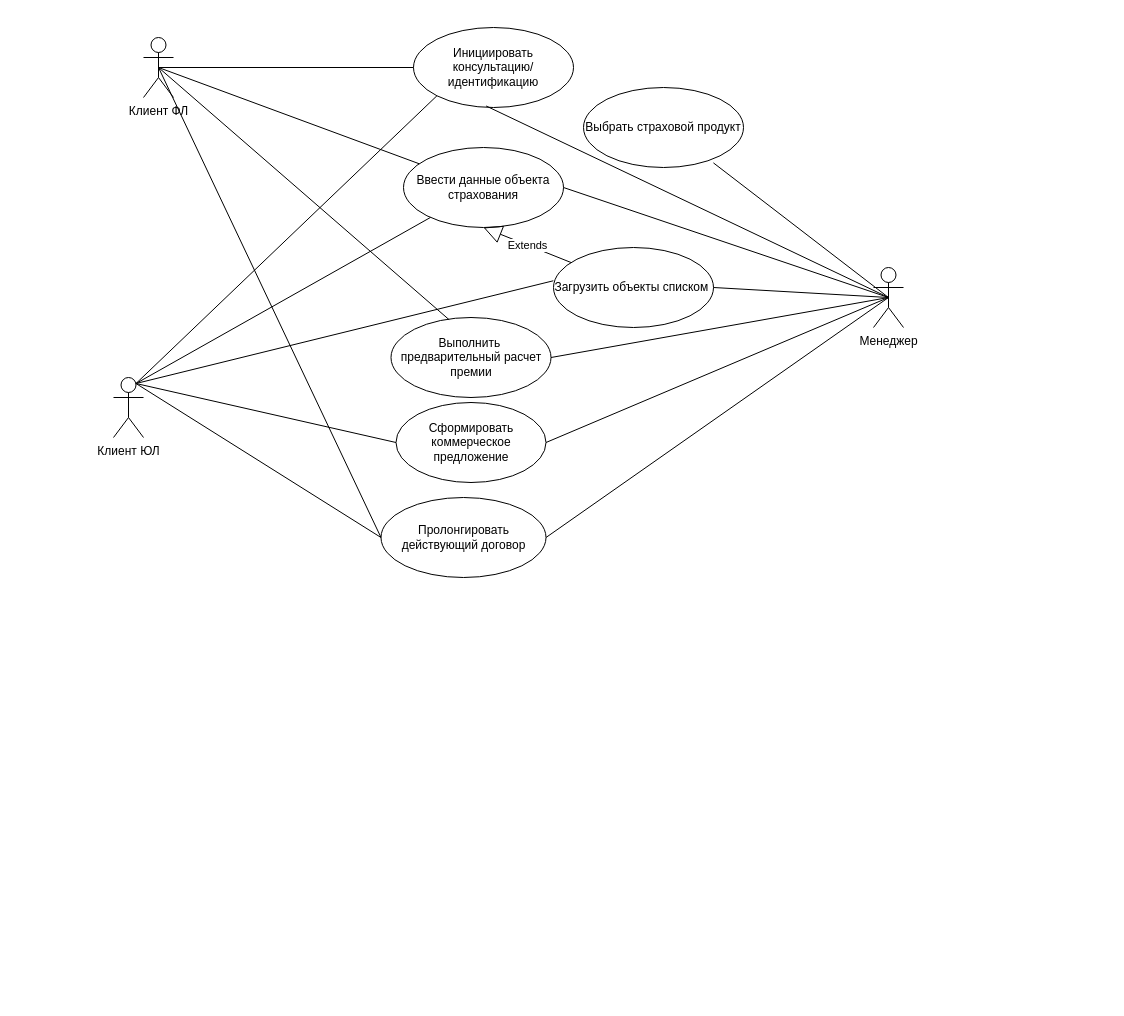
pricoldessssssss/analyst keeps this draw.io diagram as page "Страница-1" (1 of 2) of Аналитик.drawio. Above is the earlier version. Source tidied: cells renumbered, new cells numbered last; positions are measured from the earlier drawing's top-left corner, leaving out a move shared by most shapes. Both pictures are drawn from the tidied source at 100%, with x=0, y=0 at pixel (113, 27).
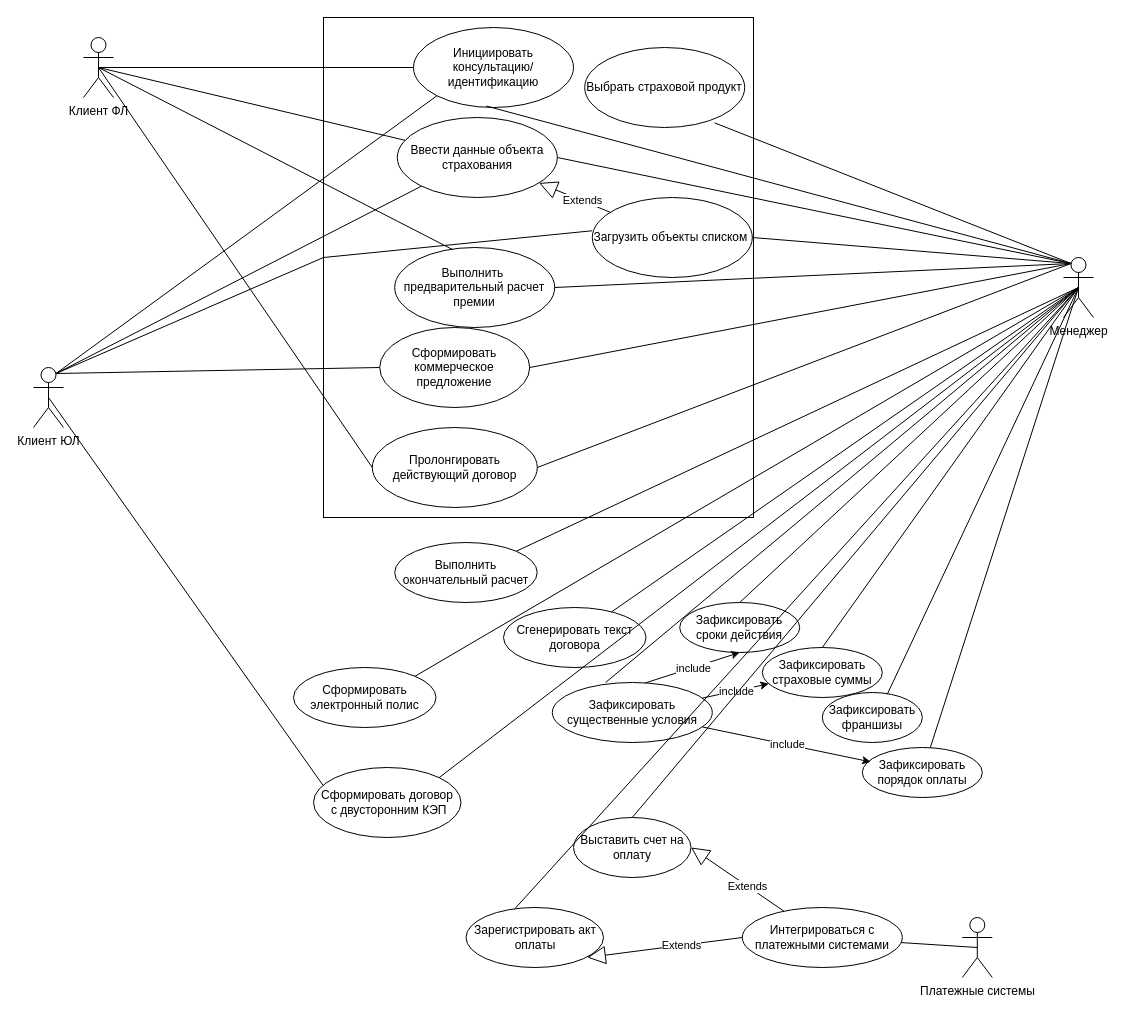
The same page after the edit.

Unchanged cells that the change refers to:
```xml
<mxCell id="4" value="Инициировать консультацию/идентификацию" style="ellipse;whiteSpace=wrap;html=1;" parent="1" vertex="1">
  <mxGeometry x="300" width="160" height="80" as="geometry" />
</mxCell>
```

The edit, as a diff of the source:
```diff
@@
+    <mxCell id="29" style="rounded=0;whiteSpace=wrap;html=1;" parent="1" vertex="1">
+      <mxGeometry x="210" y="-10" width="430" height="500" as="geometry" />
+    </mxCell>
     <mxCell id="2" value="Клиент ФЛ" style="shape=umlActor;verticalLabelPosition=bottom;verticalAlign=top;html=1;outlineConnect=0;" parent="1" vertex="1">
-      <mxGeometry x="30" y="10" width="30" height="60" as="geometry" />
+      <mxGeometry x="-30" y="10" width="30" height="60" as="geometry" />
     </mxCell>
     <mxCell id="3" value="Клиент ЮЛ" style="shape=umlActor;verticalLabelPosition=bottom;verticalAlign=top;html=1;outlineConnect=0;" parent="1" vertex="1">
-      <mxGeometry y="350" width="30" height="60" as="geometry" />
+      <mxGeometry x="-80" y="340" width="30" height="60" as="geometry" />
     </mxCell>
@@
     <mxCell id="5" value="Выбрать страховой продукт" style="ellipse;whiteSpace=wrap;html=1;" parent="1" vertex="1">
-      <mxGeometry x="470" y="60" width="160" height="80" as="geometry" />
+      <mxGeometry x="471.2" y="20" width="160" height="80" as="geometry" />
     </mxCell>
     <mxCell id="6" value="Ввести данные объекта страхования" style="ellipse;whiteSpace=wrap;html=1;" parent="1" vertex="1">
-      <mxGeometry x="290" y="120" width="160" height="80" as="geometry" />
+      <mxGeometry x="283.8" y="90" width="160" height="80" as="geometry" />
     </mxCell>
     <mxCell id="7" value="Загрузить объекты списком&amp;nbsp;" style="ellipse;whiteSpace=wrap;html=1;" parent="1" vertex="1">
-      <mxGeometry x="440" y="220" width="160" height="80" as="geometry" />
+      <mxGeometry x="478.8" y="170" width="160" height="80" as="geometry" />
     </mxCell>
     <mxCell id="8" value="Выполнить&amp;nbsp; предварительный расчет премии" style="ellipse;whiteSpace=wrap;html=1;" parent="1" vertex="1">
-      <mxGeometry x="277.5" y="290" width="160" height="80" as="geometry" />
+      <mxGeometry x="281.2" y="220" width="160" height="80" as="geometry" />
     </mxCell>
     <mxCell id="9" value="Сформировать коммерческое предложение" style="ellipse;whiteSpace=wrap;html=1;" parent="1" vertex="1">
-      <mxGeometry x="282.5" y="375" width="150" height="80" as="geometry" />
+      <mxGeometry x="266.2" y="300" width="150" height="80" as="geometry" />
     </mxCell>
     <mxCell id="10" value="Пролонгировать действующий договор" style="ellipse;whiteSpace=wrap;html=1;" parent="1" vertex="1">
-      <mxGeometry x="267.5" y="470" width="165" height="80" as="geometry" />
+      <mxGeometry x="258.8" y="400" width="165" height="80" as="geometry" />
     </mxCell>
     <mxCell id="11" value="Менеджер" style="shape=umlActor;verticalLabelPosition=bottom;verticalAlign=top;html=1;outlineConnect=0;" parent="1" vertex="1">
-      <mxGeometry x="760" y="240" width="30" height="60" as="geometry" />
+      <mxGeometry x="950" y="230" width="30" height="60" as="geometry" />
     </mxCell>
-    <mxCell id="12" style="endArrow=none;html=1;rounded=0;" parent="1" edge="1" target="4">
-      <mxGeometry relative="1" as="geometry">
-        <mxPoint x="45" y="40" as="sourcePoint" />
-      </mxGeometry>
+    <mxCell id="12" style="endArrow=none;html=1;rounded=0;exitX=0.5;exitY=0.5;exitDx=0;exitDy=0;exitPerimeter=0;" parent="1" edge="1" source="2" target="4">
+      <mxGeometry relative="1" as="geometry" />
     </mxCell>
@@
     <mxCell id="18" style="endArrow=none;html=1;rounded=0;exitX=0.75;exitY=0.1;exitDx=0;exitDy=0;exitPerimeter=0;entryX=-0.001;entryY=0.416;entryDx=0;entryDy=0;entryPerimeter=0;" parent="1" edge="1" source="3" target="7">
-      <mxGeometry relative="1" as="geometry" />
+      <mxGeometry relative="1" as="geometry">
+        <Array as="points">
+          <mxPoint x="210" y="230" />
+        </Array>
+      </mxGeometry>
     </mxCell>
@@
-    <mxCell id="20" style="endArrow=none;html=1;rounded=0;exitX=0.75;exitY=0.1;exitDx=0;exitDy=0;exitPerimeter=0;entryX=0;entryY=0.5;entryDx=0;entryDy=0;" parent="1" edge="1" source="3" target="10">
-      <mxGeometry relative="1" as="geometry" />
-    </mxCell>
-    <mxCell id="21" style="endArrow=none;html=1;rounded=0;exitX=0.812;exitY=0.942;exitDx=0;exitDy=0;exitPerimeter=0;entryX=0.5;entryY=0.5;entryDx=0;entryDy=0;entryPerimeter=0;" parent="1" edge="1" source="5" target="11">
+    <mxCell id="21" style="endArrow=none;html=1;rounded=0;exitX=0.812;exitY=0.942;exitDx=0;exitDy=0;exitPerimeter=0;entryX=0.25;entryY=0.1;entryDx=0;entryDy=0;entryPerimeter=0;" parent="1" edge="1" source="5" target="11">
       <mxGeometry relative="1" as="geometry" />
     </mxCell>
-    <mxCell id="22" style="endArrow=none;html=1;rounded=0;exitX=0.454;exitY=0.981;exitDx=0;exitDy=0;exitPerimeter=0;entryX=0.5;entryY=0.5;entryDx=0;entryDy=0;entryPerimeter=0;" parent="1" edge="1" source="4" target="11">
+    <mxCell id="22" style="endArrow=none;html=1;rounded=0;exitX=0.454;exitY=0.981;exitDx=0;exitDy=0;exitPerimeter=0;entryX=0.25;entryY=0.1;entryDx=0;entryDy=0;entryPerimeter=0;" parent="1" edge="1" source="4" target="11">
       <mxGeometry relative="1" as="geometry" />
     </mxCell>
-    <mxCell id="23" style="endArrow=none;html=1;rounded=0;exitX=1;exitY=0.5;exitDx=0;exitDy=0;entryX=0.5;entryY=0.5;entryDx=0;entryDy=0;entryPerimeter=0;" parent="1" edge="1" source="6" target="11">
+    <mxCell id="23" style="endArrow=none;html=1;rounded=0;exitX=1;exitY=0.5;exitDx=0;exitDy=0;entryX=0.25;entryY=0.1;entryDx=0;entryDy=0;entryPerimeter=0;" parent="1" edge="1" source="6" target="11">
       <mxGeometry relative="1" as="geometry" />
     </mxCell>
-    <mxCell id="24" style="endArrow=none;html=1;rounded=0;exitX=1;exitY=0.5;exitDx=0;exitDy=0;entryX=0.5;entryY=0.5;entryDx=0;entryDy=0;entryPerimeter=0;" parent="1" edge="1" source="7" target="11">
+    <mxCell id="24" style="endArrow=none;html=1;rounded=0;exitX=1;exitY=0.5;exitDx=0;exitDy=0;entryX=0.25;entryY=0.1;entryDx=0;entryDy=0;entryPerimeter=0;" parent="1" edge="1" source="7" target="11">
       <mxGeometry relative="1" as="geometry" />
     </mxCell>
-    <mxCell id="25" style="endArrow=none;html=1;rounded=0;exitX=1;exitY=0.5;exitDx=0;exitDy=0;entryX=0.5;entryY=0.5;entryDx=0;entryDy=0;entryPerimeter=0;" parent="1" edge="1" source="8" target="11">
+    <mxCell id="25" style="endArrow=none;html=1;rounded=0;exitX=1;exitY=0.5;exitDx=0;exitDy=0;entryX=0.25;entryY=0.1;entryDx=0;entryDy=0;entryPerimeter=0;" parent="1" edge="1" source="8" target="11">
       <mxGeometry relative="1" as="geometry" />
     </mxCell>
-    <mxCell id="26" style="endArrow=none;html=1;rounded=0;exitX=1;exitY=0.5;exitDx=0;exitDy=0;" parent="1" edge="1" source="9">
-      <mxGeometry relative="1" as="geometry">
-        <mxPoint x="775" y="270" as="targetPoint" />
-      </mxGeometry>
+    <mxCell id="26" style="endArrow=none;html=1;rounded=0;exitX=1;exitY=0.5;exitDx=0;exitDy=0;entryX=0.25;entryY=0.1;entryDx=0;entryDy=0;entryPerimeter=0;" parent="1" edge="1" source="9" target="11">
+      <mxGeometry relative="1" as="geometry" />
     </mxCell>
-    <mxCell id="27" style="endArrow=none;html=1;rounded=0;exitX=1;exitY=0.5;exitDx=0;exitDy=0;entryX=0.5;entryY=0.5;entryDx=0;entryDy=0;entryPerimeter=0;" parent="1" edge="1" source="10" target="11">
+    <mxCell id="27" style="endArrow=none;html=1;rounded=0;exitX=1;exitY=0.5;exitDx=0;exitDy=0;entryX=0.25;entryY=0.1;entryDx=0;entryDy=0;entryPerimeter=0;" parent="1" edge="1" source="10" target="11">
       <mxGeometry relative="1" as="geometry" />
     </mxCell>
-    <mxCell id="28" value="Extends" style="endArrow=block;endSize=16;endFill=0;html=1;rounded=0;entryX=0.5;entryY=1;entryDx=0;entryDy=0;" parent="1" edge="1" source="7" target="6">
-      <mxGeometry relative="1" as="geometry" />
+    <mxCell id="28" value="Extends" style="endArrow=block;endSize=16;endFill=0;html=1;rounded=0;" parent="1" edge="1" source="7" target="6">
+      <mxGeometry x="-0.22" relative="1" as="geometry" />
     </mxCell>
+    <mxCell id="30" value="Выполнить окончательный расчет" style="ellipse;whiteSpace=wrap;html=1;" parent="1" vertex="1">
+      <mxGeometry x="281.2" y="515" width="142.5" height="60" as="geometry" />
+    </mxCell>
+    <mxCell id="31" value="Сгенерировать текст договора" style="ellipse;whiteSpace=wrap;html=1;" parent="1" vertex="1">
+      <mxGeometry x="390" y="580" width="142.5" height="60" as="geometry" />
+    </mxCell>
+    <mxCell id="32" value="Сформировать электронный полис" style="ellipse;whiteSpace=wrap;html=1;" parent="1" vertex="1">
+      <mxGeometry x="180" y="640" width="142.5" height="60" as="geometry" />
+    </mxCell>
+    <mxCell id="33" value="Сформировать договор&lt;div&gt;&amp;nbsp;с двусторонним КЭП&lt;/div&gt;" style="ellipse;whiteSpace=wrap;html=1;" parent="1" vertex="1">
+      <mxGeometry x="200" y="740" width="147.5" height="70" as="geometry" />
+    </mxCell>
+    <mxCell id="34" value="Зарегистрировать акт оплаты" style="ellipse;whiteSpace=wrap;html=1;" parent="1" vertex="1">
+      <mxGeometry x="352.5" y="880" width="137.5" height="60" as="geometry" />
+    </mxCell>
+    <mxCell id="35" value="Выставить счет на оплату" style="ellipse;whiteSpace=wrap;html=1;" parent="1" vertex="1">
+      <mxGeometry x="460" y="790" width="117.5" height="60" as="geometry" />
+    </mxCell>
+    <mxCell id="36" value="Интегрироваться с платежными системами" style="ellipse;whiteSpace=wrap;html=1;" parent="1" vertex="1">
+      <mxGeometry x="628.8" y="880" width="160" height="60" as="geometry" />
+    </mxCell>
+    <mxCell id="37" value="Зафиксировать существенные условия" style="ellipse;whiteSpace=wrap;html=1;" parent="1" vertex="1">
+      <mxGeometry x="438.8" y="655" width="160" height="60" as="geometry" />
+    </mxCell>
+    <mxCell id="38" value="Зафиксировать сроки действия" style="ellipse;whiteSpace=wrap;html=1;" parent="1" vertex="1">
+      <mxGeometry x="566.2" y="575" width="120" height="50" as="geometry" />
+    </mxCell>
+    <mxCell id="39" value="Зафиксировать страховые суммы" style="ellipse;whiteSpace=wrap;html=1;" parent="1" vertex="1">
+      <mxGeometry x="648.8" y="620" width="120" height="50" as="geometry" />
+    </mxCell>
+    <mxCell id="40" value="Зафиксировать франшизы" style="ellipse;whiteSpace=wrap;html=1;" parent="1" vertex="1">
+      <mxGeometry x="708.8" y="665" width="100" height="50" as="geometry" />
+    </mxCell>
+    <mxCell id="41" value="Зафиксировать порядок оплаты" style="ellipse;whiteSpace=wrap;html=1;" parent="1" vertex="1">
+      <mxGeometry x="748.8" y="720" width="120" height="50" as="geometry" />
+    </mxCell>
+    <mxCell id="42" value="Платежные системы" style="shape=umlActor;verticalLabelPosition=bottom;verticalAlign=top;html=1;outlineConnect=0;" parent="1" vertex="1">
+      <mxGeometry x="848.8" y="890" width="30" height="60" as="geometry" />
+    </mxCell>
+    <mxCell id="43" style="endArrow=none;html=1;rounded=0;exitX=1;exitY=0;exitDx=0;exitDy=0;entryX=0.5;entryY=0.5;entryDx=0;entryDy=0;entryPerimeter=0;" parent="1" edge="1" source="30" target="11">
+      <mxGeometry relative="1" as="geometry" />
+    </mxCell>
+    <mxCell id="44" style="endArrow=none;html=1;rounded=0;entryX=0.5;entryY=0.5;entryDx=0;entryDy=0;entryPerimeter=0;" parent="1" edge="1" source="31" target="11">
+      <mxGeometry relative="1" as="geometry" />
+    </mxCell>
+    <mxCell id="45" style="endArrow=none;html=1;rounded=0;exitX=1;exitY=0;exitDx=0;exitDy=0;entryX=0.5;entryY=0.5;entryDx=0;entryDy=0;entryPerimeter=0;" parent="1" edge="1" source="32" target="11">
+      <mxGeometry relative="1" as="geometry" />
+    </mxCell>
+    <mxCell id="46" style="endArrow=classic;html=1;rounded=0;entryX=0.5;entryY=1;entryDx=0;entryDy=0;exitX=0.58;exitY=0.009;exitDx=0;exitDy=0;exitPerimeter=0;" parent="1" edge="1" source="37" target="38">
+      <mxGeometry relative="1" as="geometry" />
+    </mxCell>
+    <mxCell id="47" value="include" style="edgeLabel;html=1;align=center;verticalAlign=middle;" parent="46" vertex="1">
+      <mxGeometry relative="1" as="geometry" />
+    </mxCell>
+    <mxCell id="48" style="endArrow=classic;html=1;rounded=0;" parent="1" edge="1" source="37" target="39">
+      <mxGeometry relative="1" as="geometry" />
+    </mxCell>
+    <mxCell id="49" value="include" style="edgeLabel;html=1;align=center;verticalAlign=middle;" parent="48" vertex="1">
+      <mxGeometry relative="1" as="geometry" />
+    </mxCell>
+    <mxCell id="50" style="endArrow=classic;html=1;rounded=0;entryX=0.07;entryY=0.288;entryDx=0;entryDy=0;entryPerimeter=0;" parent="1" edge="1" source="37" target="41">
+      <mxGeometry relative="1" as="geometry" />
+    </mxCell>
+    <mxCell id="51" value="include" style="edgeLabel;html=1;align=center;verticalAlign=middle;" parent="50" vertex="1">
+      <mxGeometry relative="1" as="geometry" />
+    </mxCell>
+    <mxCell id="52" style="endArrow=none;html=1;rounded=0;entryX=0.5;entryY=0.5;entryDx=0;entryDy=0;entryPerimeter=0;exitX=0.5;exitY=0;exitDx=0;exitDy=0;" parent="1" edge="1" source="38" target="11">
+      <mxGeometry relative="1" as="geometry" />
+    </mxCell>
+    <mxCell id="53" style="endArrow=none;html=1;rounded=0;exitX=0.5;exitY=0;exitDx=0;exitDy=0;entryX=0.5;entryY=0.5;entryDx=0;entryDy=0;entryPerimeter=0;" parent="1" edge="1" source="39" target="11">
+      <mxGeometry relative="1" as="geometry" />
+    </mxCell>
+    <mxCell id="54" style="endArrow=none;html=1;rounded=0;exitX=0.65;exitY=0.033;exitDx=0;exitDy=0;entryX=0.5;entryY=0.5;entryDx=0;entryDy=0;entryPerimeter=0;exitPerimeter=0;" parent="1" edge="1" source="40" target="11">
+      <mxGeometry relative="1" as="geometry" />
+    </mxCell>
+    <mxCell id="55" style="endArrow=none;html=1;rounded=0;entryX=0.5;entryY=0.5;entryDx=0;entryDy=0;entryPerimeter=0;" parent="1" edge="1" source="41" target="11">
+      <mxGeometry relative="1" as="geometry" />
+    </mxCell>
+    <mxCell id="56" style="endArrow=none;html=1;rounded=0;entryX=0.5;entryY=0.5;entryDx=0;entryDy=0;entryPerimeter=0;exitX=0.333;exitY=0.001;exitDx=0;exitDy=0;exitPerimeter=0;" parent="1" edge="1" source="37" target="11">
+      <mxGeometry relative="1" as="geometry" />
+    </mxCell>
+    <mxCell id="57" value="Extends" style="endArrow=block;endSize=16;endFill=0;html=1;rounded=0;entryX=1;entryY=0.5;entryDx=0;entryDy=0;" parent="1" edge="1" source="36" target="35">
+      <mxGeometry x="-0.22" relative="1" as="geometry" />
+    </mxCell>
+    <mxCell id="58" style="endArrow=none;html=1;rounded=0;exitX=0.5;exitY=0;exitDx=0;exitDy=0;entryX=0.5;entryY=0.5;entryDx=0;entryDy=0;entryPerimeter=0;" parent="1" edge="1" source="35" target="11">
+      <mxGeometry relative="1" as="geometry" />
+    </mxCell>
+    <mxCell id="59" style="endArrow=none;html=1;rounded=0;entryX=0.5;entryY=0.5;entryDx=0;entryDy=0;entryPerimeter=0;" parent="1" edge="1" source="36" target="42">
+      <mxGeometry relative="1" as="geometry" />
+    </mxCell>
+    <mxCell id="60" value="Extends" style="endArrow=block;endSize=16;endFill=0;html=1;rounded=0;entryX=0.882;entryY=0.833;entryDx=0;entryDy=0;entryPerimeter=0;exitX=0;exitY=0.5;exitDx=0;exitDy=0;" parent="1" edge="1" source="36" target="34">
+      <mxGeometry x="-0.22" relative="1" as="geometry" />
+    </mxCell>
+    <mxCell id="61" style="endArrow=none;html=1;rounded=0;exitX=0.356;exitY=0.019;exitDx=0;exitDy=0;entryX=0.5;entryY=0.5;entryDx=0;entryDy=0;entryPerimeter=0;exitPerimeter=0;" parent="1" edge="1" source="34" target="11">
+      <mxGeometry relative="1" as="geometry" />
+    </mxCell>
+    <mxCell id="62" style="endArrow=none;html=1;rounded=0;exitX=0.5;exitY=0.5;exitDx=0;exitDy=0;entryX=0.064;entryY=0.253;entryDx=0;entryDy=0;entryPerimeter=0;exitPerimeter=0;" parent="1" edge="1" source="3" target="33">
+      <mxGeometry relative="1" as="geometry" />
+    </mxCell>
+    <mxCell id="63" style="endArrow=none;html=1;rounded=0;exitX=1;exitY=0;exitDx=0;exitDy=0;entryX=0.5;entryY=0.5;entryDx=0;entryDy=0;entryPerimeter=0;" parent="1" edge="1" source="33" target="11">
+      <mxGeometry relative="1" as="geometry" />
+    </mxCell>
```
